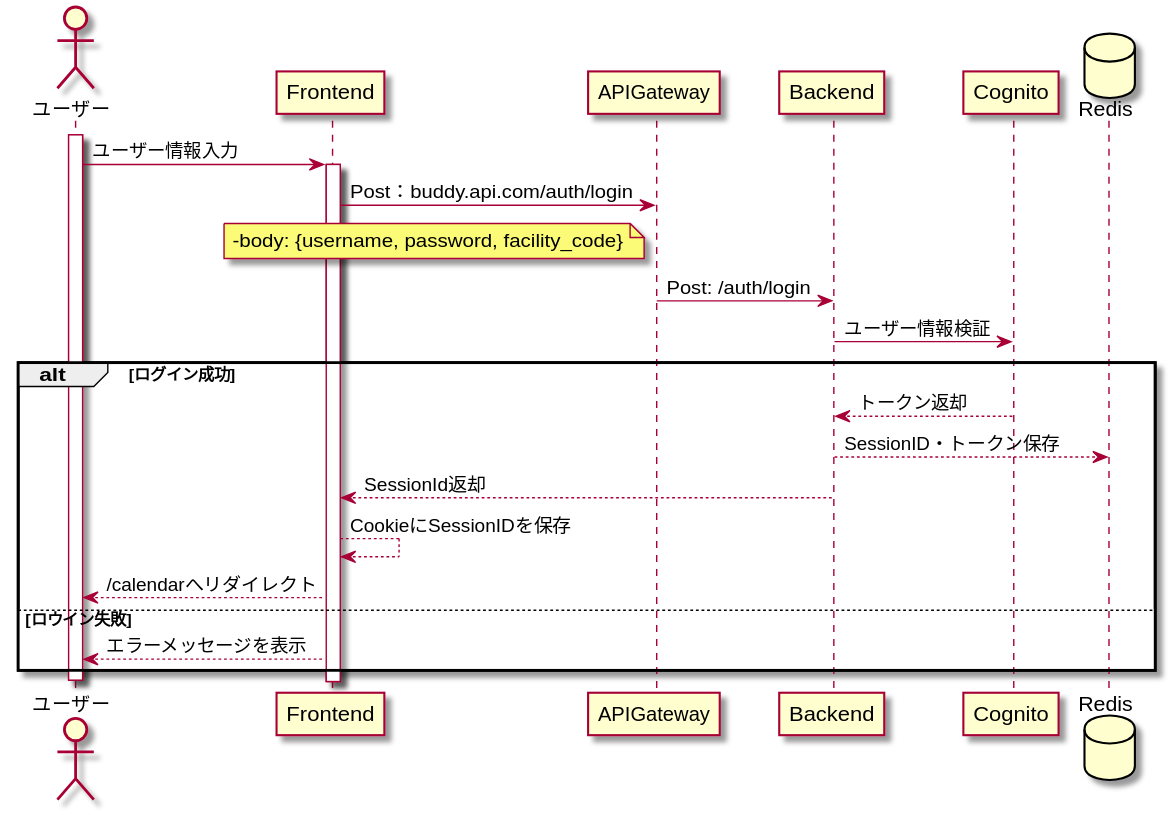
Before: src/diagrams-svg/Sequence/Auth/Login.svg, a diagram exported from PlantUML (Fukuemon/buddy_design_docs).
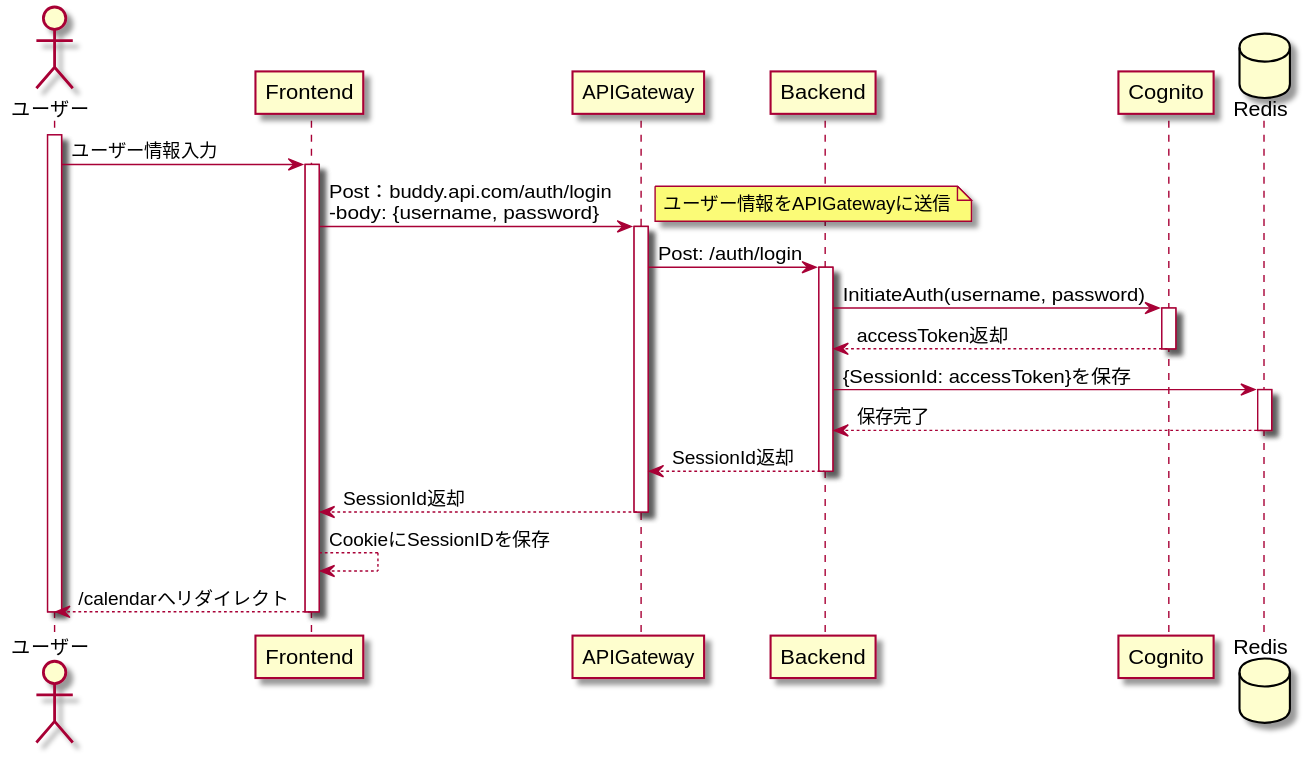
Above is the later version.

What changed in the source:
```diff
@@ -9,20 +9,33 @@
 activate ユーザー
 ユーザー -> Front: ユーザー情報入力
 activate Front
-Front -> Gateway: Post：buddy.api.com/auth/login
-note left of Gateway:  -body: {username, password, facility_code}
+Front -> Gateway: Post：buddy.api.com/auth/login \n-body: {username, password}
+activate Gateway
+note right
+  ユーザー情報をAPIGatewayに送信
+end note
 Gateway -> Back: Post: /auth/login
-Back -> Cognito: ユーザー情報検証
-alt ログイン成功
-  Cognito --> Back: トークン返却
-  Back --> Redis: SessionID・トークン保存
-  Back --> Front: SessionId返却
-  Front --> Front: CookieにSessionIDを保存
-  Front --> ユーザー: /calendarへリダイレクト
-else ロウイン失敗
-  Front --> ユーザー: エラーメッセージを表示
-end
+activate Back
+Back -> Cognito: InitiateAuth(username, password)
 
+activate Cognito
+Cognito --> Back: accessToken返却
+deactivate Cognito
+
+Back -> Redis: {SessionId: accessToken}を保存
+activate Redis
+Redis --> Back: 保存完了
+deactivate Redis
+
+Back --> Gateway: SessionId返却
+deactivate Back
+
+Gateway --> Front: SessionId返却
+deactivate Gateway
+
+Front --> Front: CookieにSessionIDを保存
+Front --> ユーザー: /calendarへリダイレクト
+deactivate Front
 deactivate ユーザー
 
 
```
